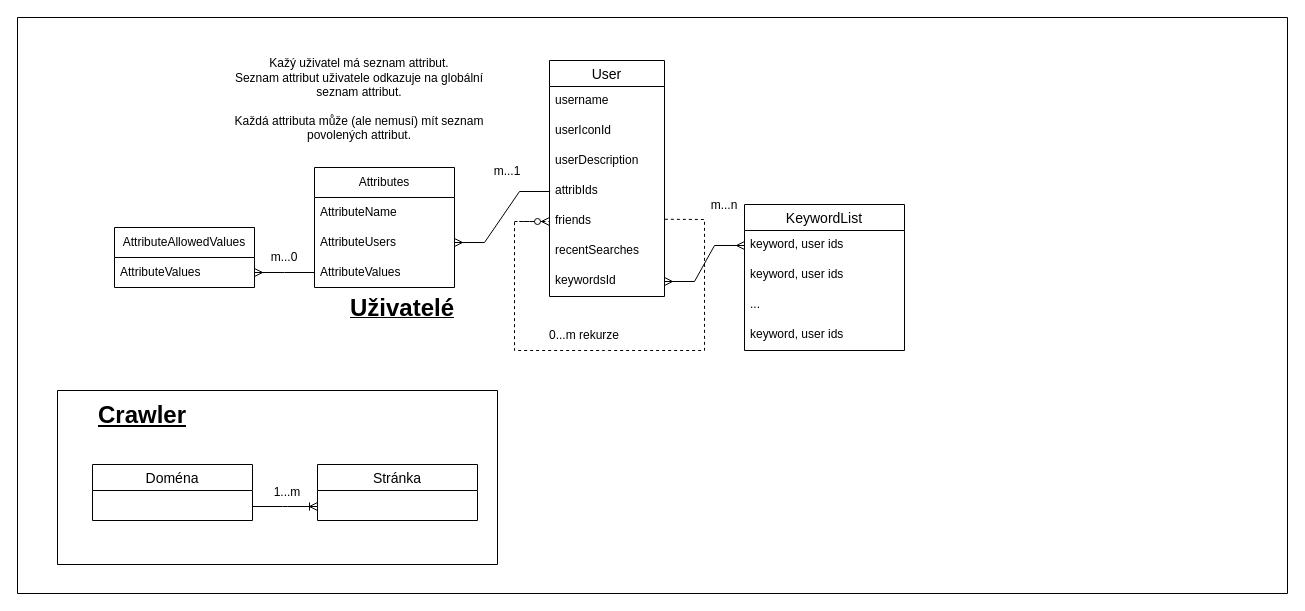
The draw.io diagram DB-Schema/DBS.drawio in gyarab/2024_wt_prj_bykov, before the edit. Source tidied: cells renumbered, new cells numbered last; positions are measured from the earlier drawing's top-left corner, leaving out a move shared by most shapes. Both pictures are drawn from the tidied source at 100%, with x=0, y=0 at pixel (17, 17).
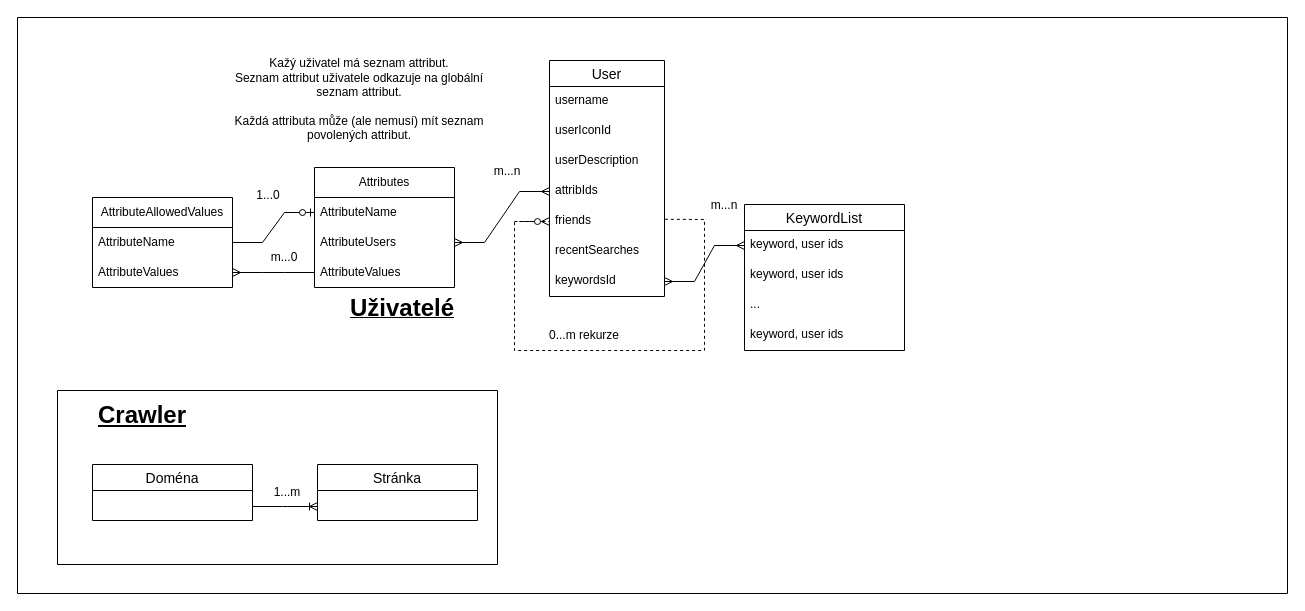
The same diagram, later.

The change refers to these unchanged cells:
```xml
<mxCell id="6" value="attribIds" style="text;strokeColor=none;fillColor=none;spacingLeft=4;spacingRight=4;overflow=hidden;points=[[0,0.5],[1,0.5]];portConstraint=eastwest;fontSize=12;whiteSpace=wrap;html=1;" parent="2" vertex="1">
  <mxGeometry y="116" width="115" height="30" as="geometry" />
</mxCell>
<mxCell id="14" style="swimlane;startSize=0;" parent="1" vertex="1">
  <mxGeometry width="1270" height="576" as="geometry" />
</mxCell>
<mxCell id="24" value="AttributeName" style="text;strokeColor=none;fillColor=none;align=left;verticalAlign=middle;spacingLeft=4;spacingRight=4;overflow=hidden;points=[[0,0.5],[1,0.5]];portConstraint=eastwest;whiteSpace=wrap;html=1;" parent="23" vertex="1">
  <mxGeometry y="30" width="140" height="30" as="geometry" />
</mxCell>
<mxCell id="25" value="AttributeUsers" style="text;strokeColor=none;fillColor=none;align=left;verticalAlign=middle;spacingLeft=4;spacingRight=4;overflow=hidden;points=[[0,0.5],[1,0.5]];portConstraint=eastwest;whiteSpace=wrap;html=1;" parent="23" vertex="1">
  <mxGeometry y="60" width="140" height="30" as="geometry" />
</mxCell>
<mxCell id="26" value="AttributeValues" style="text;strokeColor=none;fillColor=none;align=left;verticalAlign=middle;spacingLeft=4;spacingRight=4;overflow=hidden;points=[[0,0.5],[1,0.5]];portConstraint=eastwest;whiteSpace=wrap;html=1;" parent="23" vertex="1">
  <mxGeometry y="90" width="140" height="30" as="geometry" />
</mxCell>
```

Diff of the diagram source:
```diff
@@
-    <mxCell id="27" value="m...1" style="text;html=1;align=center;verticalAlign=middle;whiteSpace=wrap;rounded=0;" parent="14" vertex="1">
+    <mxCell id="27" value="m...n" style="text;html=1;align=center;verticalAlign=middle;whiteSpace=wrap;rounded=0;" parent="14" vertex="1">
       <mxGeometry x="460" y="139" width="60" height="30" as="geometry" />
     </mxCell>
     <mxCell id="28" value="AttributeAllowedValues" style="swimlane;fontStyle=0;horizontal=1;startSize=30;whiteSpace=wrap;html=1;" parent="14" vertex="1">
-      <mxGeometry x="97" y="210" width="140" height="60" as="geometry" />
+      <mxGeometry x="75" y="180" width="140" height="90" as="geometry" />
     </mxCell>
+    <mxCell id="39" value="AttributeName" style="text;strokeColor=none;fillColor=none;align=left;verticalAlign=middle;spacingLeft=4;spacingRight=4;overflow=hidden;points=[[0,0.5],[1,0.5]];portConstraint=eastwest;whiteSpace=wrap;html=1;" parent="28" vertex="1">
+      <mxGeometry y="30" width="140" height="30" as="geometry" />
+    </mxCell>
     <mxCell id="29" value="AttributeValues" style="text;strokeColor=none;fillColor=none;align=left;verticalAlign=middle;spacingLeft=4;spacingRight=4;overflow=hidden;points=[[0,0.5],[1,0.5]];portConstraint=eastwest;whiteSpace=wrap;html=1;" parent="28" vertex="1">
-      <mxGeometry y="30" width="140" height="30" as="geometry" />
+      <mxGeometry y="60" width="140" height="30" as="geometry" />
     </mxCell>
@@
-    <mxCell id="31" style="edgeStyle=entityRelationEdgeStyle;fontSize=12;html=1;endArrow=ERmany;rounded=0;entryX=1;entryY=0.75;entryDx=0;entryDy=0;exitX=0;exitY=0.5;exitDx=0;exitDy=0;" parent="14" edge="1" source="26" target="28">
+    <mxCell id="31" style="edgeStyle=entityRelationEdgeStyle;fontSize=12;html=1;endArrow=ERmany;rounded=0;exitX=0;exitY=0.5;exitDx=0;exitDy=0;entryX=1;entryY=0.5;entryDx=0;entryDy=0;" parent="14" edge="1" source="26" target="29">
       <mxGeometry relative="1" as="geometry" />
     </mxCell>
@@
+    <mxCell id="40" style="edgeStyle=entityRelationEdgeStyle;fontSize=12;html=1;endArrow=ERmany;startArrow=ERmany;rounded=0;exitX=1;exitY=0.5;exitDx=0;exitDy=0;entryX=0;entryY=0.5;entryDx=0;entryDy=0;" parent="14" edge="1" target="6">
+      <mxGeometry relative="1" as="geometry">
+        <mxPoint x="437" y="225" as="sourcePoint" />
+      </mxGeometry>
+    </mxCell>
+    <mxCell id="41" value="1...0" style="text;html=1;align=center;verticalAlign=middle;whiteSpace=wrap;rounded=0;" parent="14" vertex="1">
+      <mxGeometry x="221" y="163" width="60" height="30" as="geometry" />
+    </mxCell>
+    <mxCell id="42" style="edgeStyle=entityRelationEdgeStyle;fontSize=12;html=1;endArrow=ERzeroToOne;endFill=1;rounded=0;entryX=0;entryY=0.5;entryDx=0;entryDy=0;exitX=1;exitY=0.5;exitDx=0;exitDy=0;" parent="14" edge="1" source="39" target="24">
+      <mxGeometry relative="1" as="geometry" />
+    </mxCell>
@@
-    <mxCell id="38" style="edgeStyle=entityRelationEdgeStyle;fontSize=12;html=1;endArrow=ERmany;rounded=0;exitX=0;exitY=0.5;exitDx=0;exitDy=0;entryX=1;entryY=0.5;entryDx=0;entryDy=0;" parent="1" edge="1" source="6" target="25">
-      <mxGeometry relative="1" as="geometry">
-        <Array as="points">
-          <mxPoint x="527" y="173" />
-        </Array>
-      </mxGeometry>
-    </mxCell>
```
